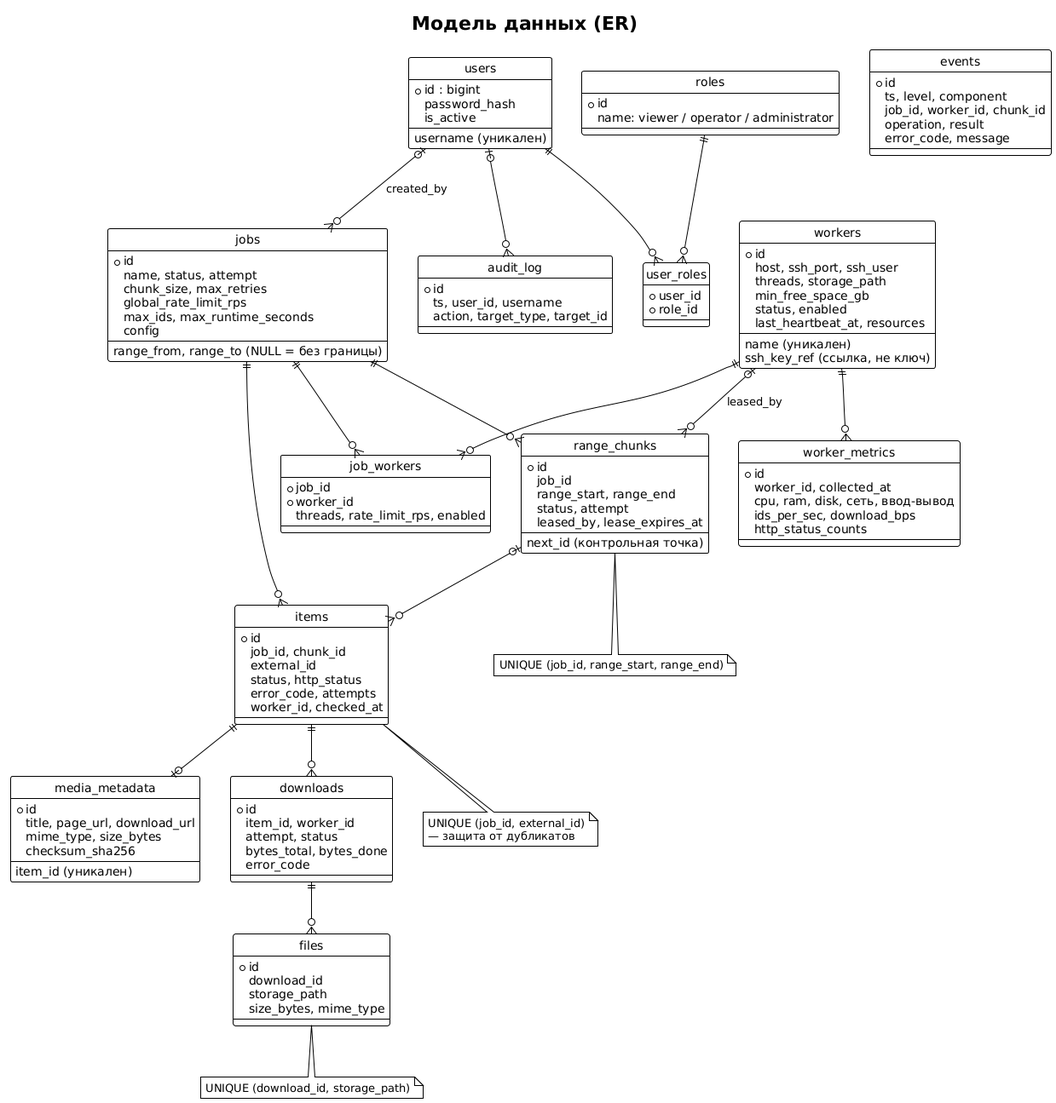
Above: docs/diagrams/er-model.png in albert-dvrk/upt (PlantUML), before the change.
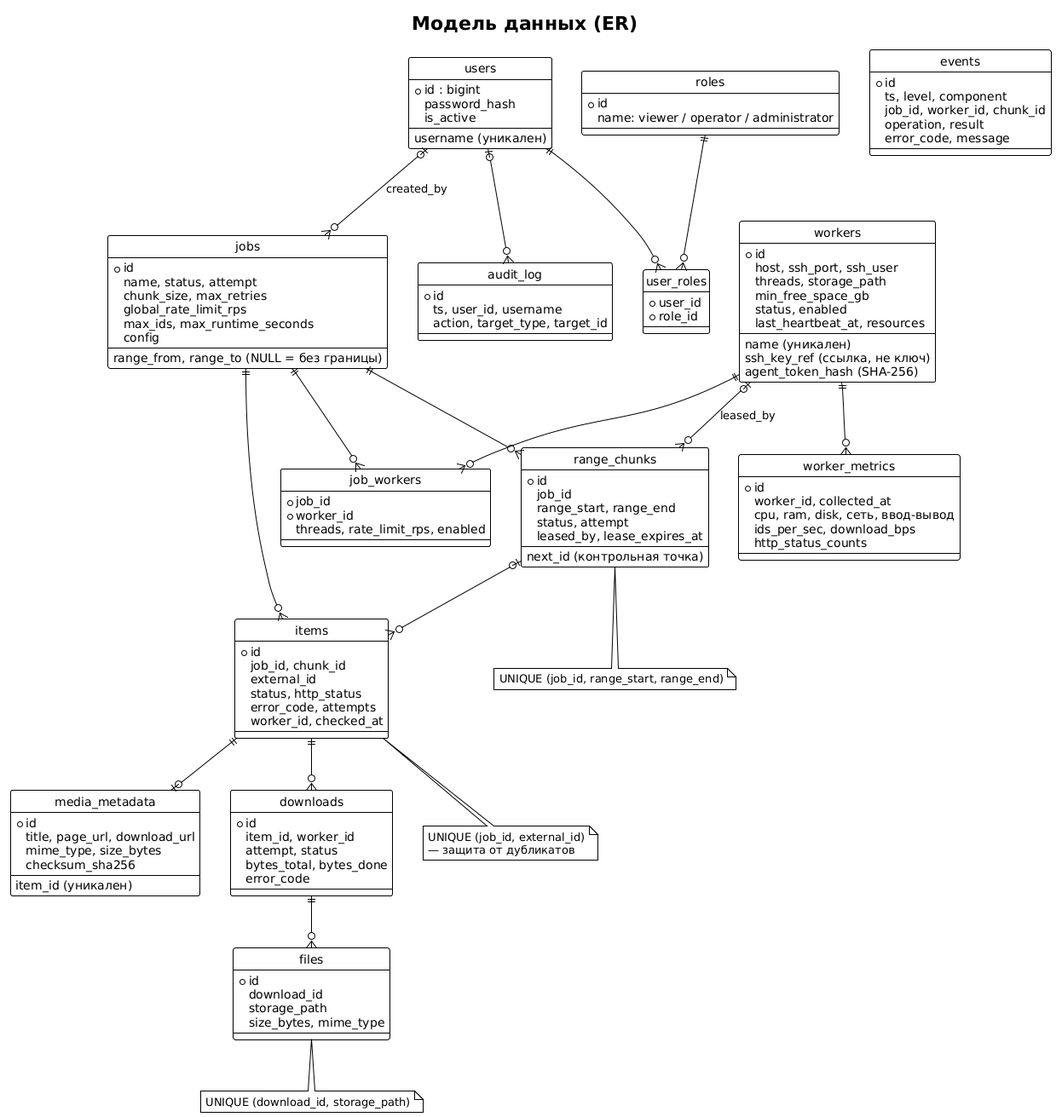
The same file after the commit.

Change to the diagram source:
```diff
@@ -28,6 +28,7 @@
   min_free_space_gb
   status, enabled
   last_heartbeat_at, resources
+  agent_token_hash (SHA-256)
 }
 entity worker_metrics {
   * id
```
